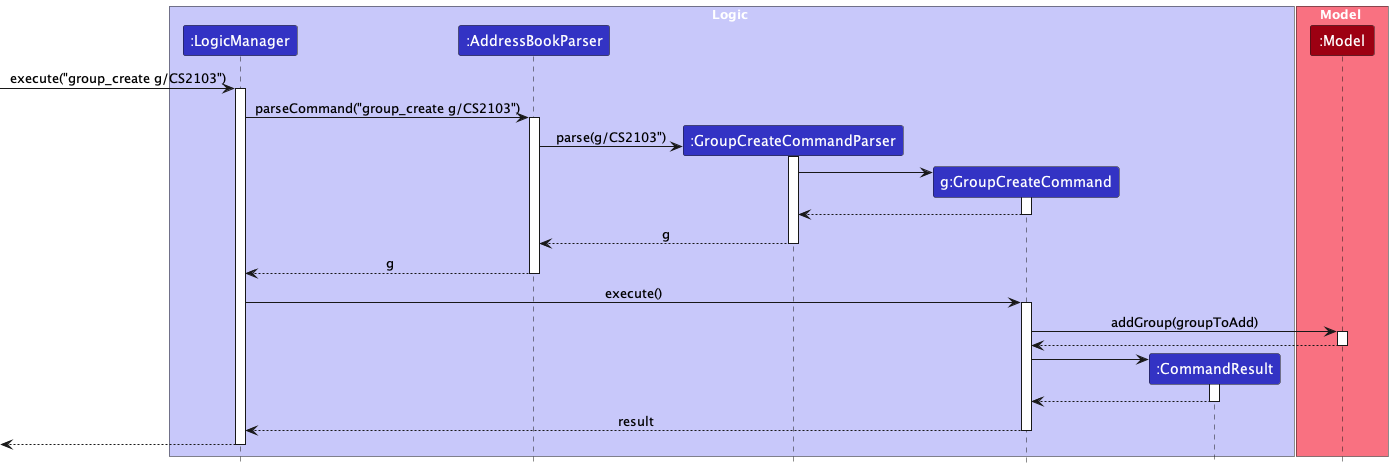
nus-cs2103-AY2223S2/tp keeps this PlantUML diagram as docs/images/GroupCreateCommandSequenceDiagram.png. Above is the earlier version.
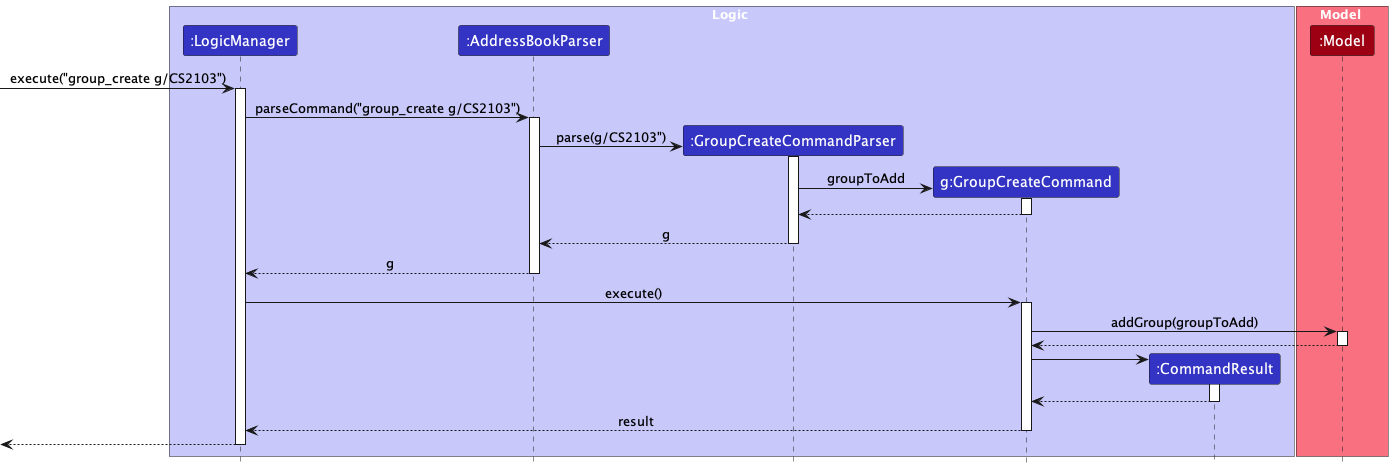
Above is the later version.

Change to the diagram source:
```diff
@@ -24,7 +24,7 @@
 activate GroupCreateCommandParser
 
 create GroupCreateCommand
-GroupCreateCommandParser -> GroupCreateCommand
+GroupCreateCommandParser -> GroupCreateCommand : groupToAdd
 activate GroupCreateCommand
 
 GroupCreateCommand --> GroupCreateCommandParser
```
